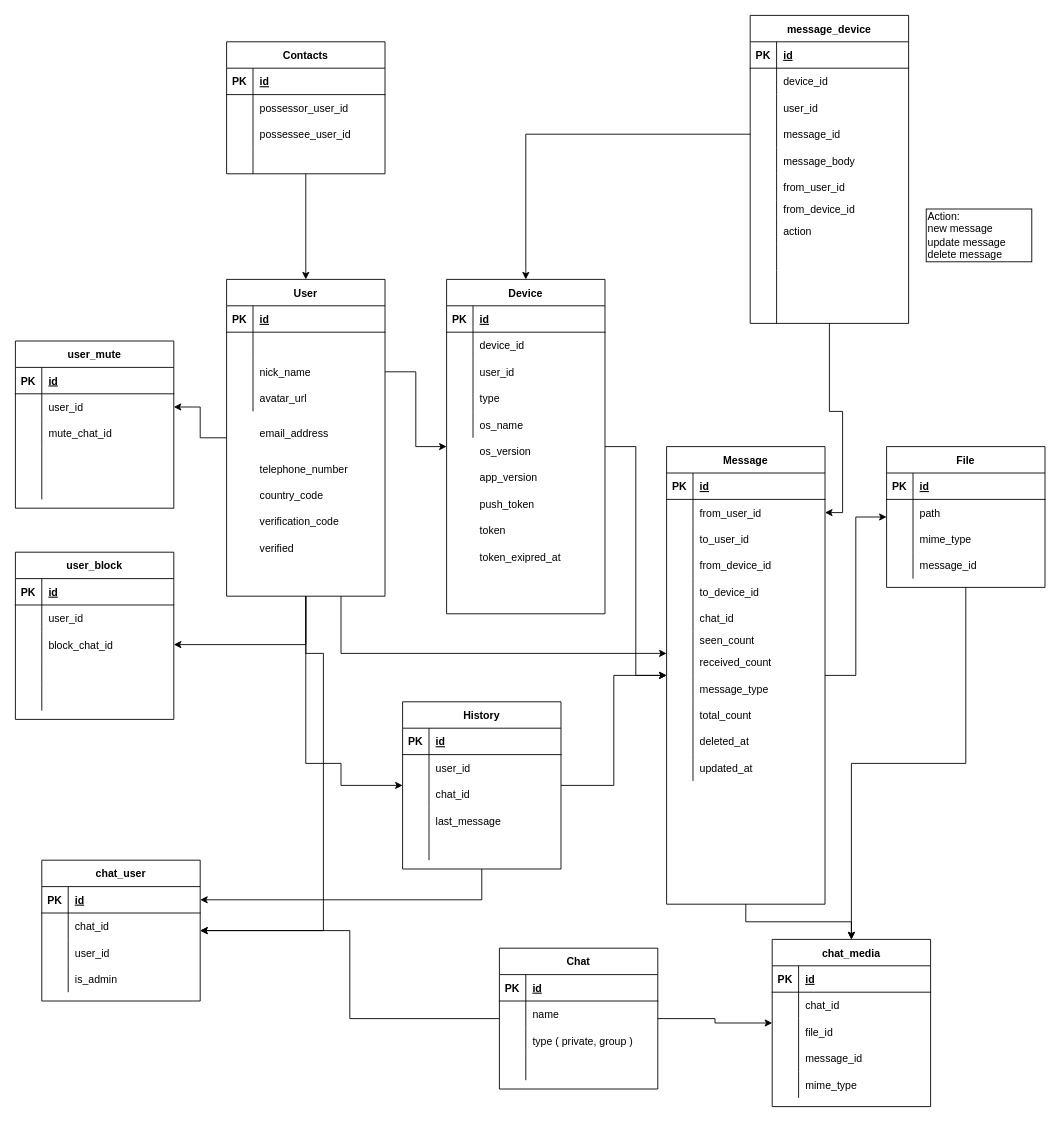
Before: documents/database.drawio in cloverstudio/Spika3, a draw.io diagram. Source tidied: cells renumbered, new cells numbered last; positions are measured from the earlier drawing's top-left corner, leaving out a move shared by most shapes. Both pictures are drawn from the tidied source at 88%, with x=0, y=0 at pixel (15, 15).
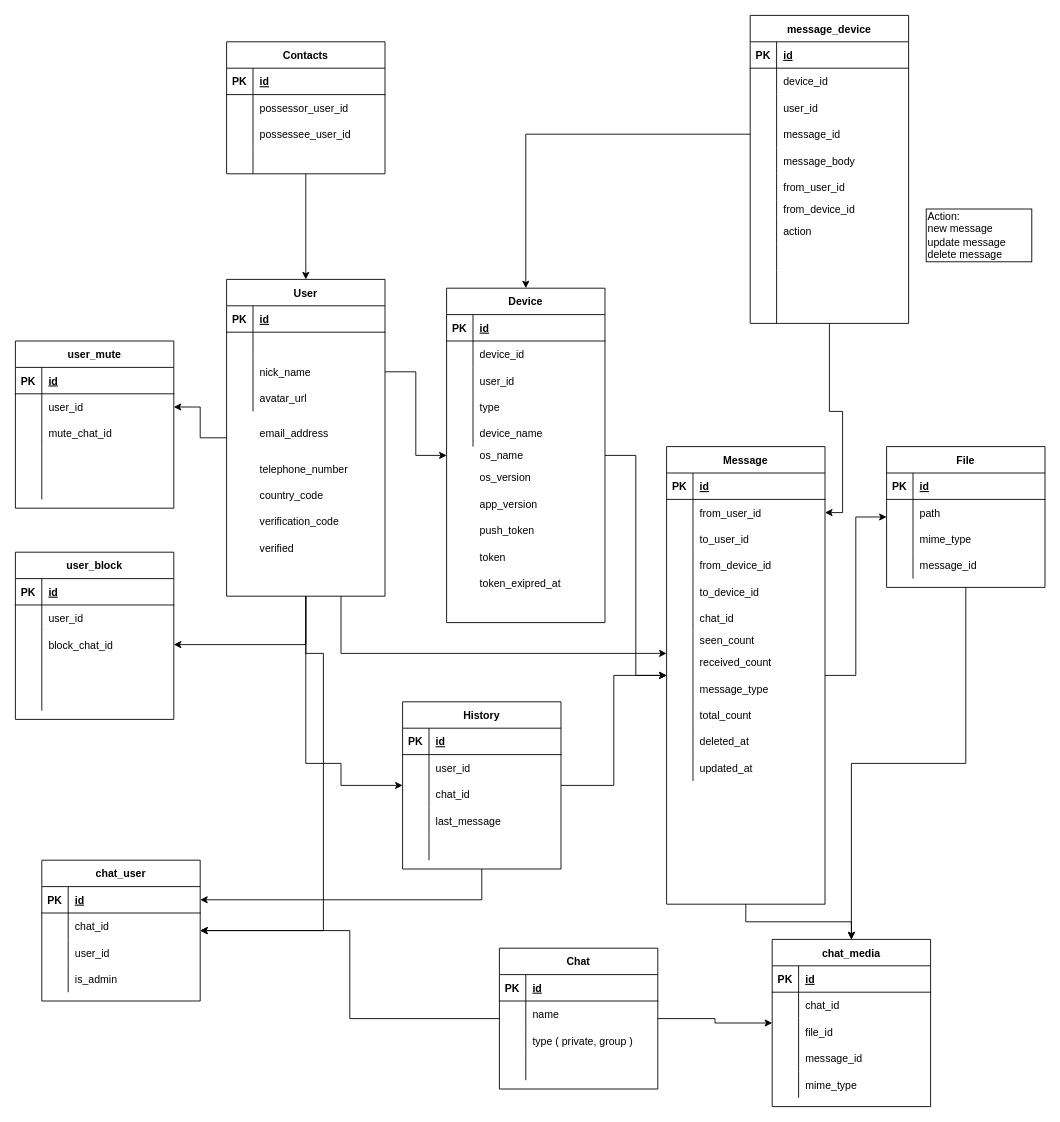
Above is the later version.

The change refers to these unchanged cells:
```xml
<mxCell id="34" style="shape=partialRectangle;fillColor=none;top=0;left=0;bottom=0;right=0;" parent="21" vertex="1">
  <mxGeometry y="150" width="180" height="30" as="geometry" />
</mxCell>
```

Diff of the diagram source:
```diff
@@
     <mxCell id="21" value="Device" style="shape=table;startSize=30;childLayout=tableLayout;rowLines=0;fontStyle=1;align=center;" parent="1" vertex="1">
-      <mxGeometry x="490" y="300" width="180" height="380" as="geometry" />
+      <mxGeometry x="490" y="310" width="180" height="380" as="geometry" />
     </mxCell>
@@
-    <mxCell id="36" value="os_name" style="shape=partialRectangle;fillColor=none;top=0;left=0;bottom=0;right=0;align=left;spacingLeft=6;overflow=hidden;" parent="34" vertex="1">
+    <mxCell id="36" value="device_name" style="shape=partialRectangle;fillColor=none;top=0;left=0;bottom=0;right=0;align=left;spacingLeft=6;overflow=hidden;" parent="34" vertex="1">
       <mxGeometry x="30" width="150" height="30" as="geometry" />
     </mxCell>
@@
     <mxCell id="222" value="token" style="shape=partialRectangle;fillColor=none;top=0;left=0;bottom=0;right=0;align=left;spacingLeft=6;overflow=hidden;" parent="1" vertex="1">
-      <mxGeometry x="520" y="570" width="150" height="30" as="geometry" />
+      <mxGeometry x="520" y="600" width="150" height="30" as="geometry" />
     </mxCell>
     <mxCell id="223" value="token_exipred_at" style="shape=partialRectangle;fillColor=none;top=0;left=0;bottom=0;right=0;align=left;spacingLeft=6;overflow=hidden;" parent="1" vertex="1">
-      <mxGeometry x="520" y="600" width="150" height="30" as="geometry" />
+      <mxGeometry x="520" y="630" width="150" height="30" as="geometry" />
     </mxCell>
@@
     <mxCell id="226" value="os_version" style="shape=partialRectangle;fillColor=none;top=0;left=0;bottom=0;right=0;align=left;spacingLeft=6;overflow=hidden;" parent="1" vertex="1">
-      <mxGeometry x="520" y="480" width="150" height="30" as="geometry" />
+      <mxGeometry x="520" y="510" width="150" height="30" as="geometry" />
     </mxCell>
     <mxCell id="227" value="app_version" style="shape=partialRectangle;fillColor=none;top=0;left=0;bottom=0;right=0;align=left;spacingLeft=6;overflow=hidden;" parent="1" vertex="1">
-      <mxGeometry x="520" y="510" width="150" height="30" as="geometry" />
+      <mxGeometry x="520" y="540" width="150" height="30" as="geometry" />
     </mxCell>
     <mxCell id="228" value="push_token" style="shape=partialRectangle;fillColor=none;top=0;left=0;bottom=0;right=0;align=left;spacingLeft=6;overflow=hidden;" parent="1" vertex="1">
-      <mxGeometry x="520" y="540" width="150" height="30" as="geometry" />
+      <mxGeometry x="520" y="570" width="150" height="30" as="geometry" />
     </mxCell>
@@
+    <mxCell id="246" value="os_name" style="shape=partialRectangle;fillColor=none;top=0;left=0;bottom=0;right=0;align=left;spacingLeft=6;overflow=hidden;" parent="1" vertex="1">
+      <mxGeometry x="520" y="485" width="150" height="30" as="geometry" />
+    </mxCell>
```
